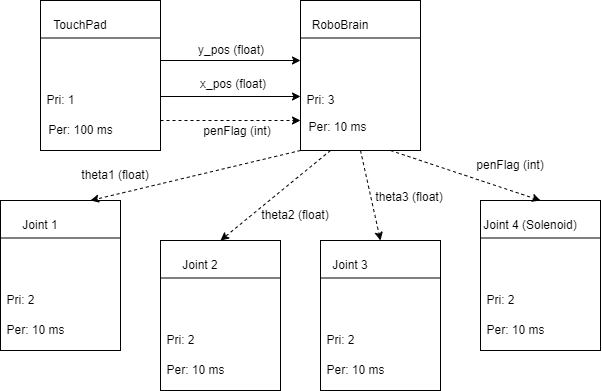
pangling4/ME405_Lab5 keeps this draw.io diagram as docs/TaskDiagram.png. Above is the earlier version. Source tidied: cells renumbered, new cells last; positions are measured from the earlier drawing's top-left corner, leaving out a move shared by most shapes. Its diagram source:
```xml
<mxGraphModel>
  <root>
    <mxCell id="0" />
    <mxCell id="1" parent="0" />
    <mxCell id="2" style="group;" parent="1" vertex="1">
      <mxGeometry x="40" width="120" height="150" as="geometry" />
    </mxCell>
    <mxCell id="3" style="rounded=0;whiteSpace=wrap;html=1;" parent="2" vertex="1">
      <mxGeometry width="120" height="150" as="geometry" />
    </mxCell>
    <mxCell id="4" style="endArrow=none;html=1;rounded=0;exitX=0;exitY=0.25;exitDx=0;exitDy=0;entryX=1;entryY=0.25;entryDx=0;entryDy=0;" parent="2" edge="1" source="3" target="3">
      <mxGeometry relative="1" as="geometry" />
    </mxCell>
    <mxCell id="5" value="TouchPad" style="text;html=1;strokeColor=none;fillColor=none;align=center;verticalAlign=middle;whiteSpace=wrap;rounded=0;" parent="2" vertex="1">
      <mxGeometry x="10" y="10" width="60" height="30" as="geometry" />
    </mxCell>
    <mxCell id="6" value="Pri: 1" style="text;html=1;align=center;verticalAlign=middle;strokeColor=none;fillColor=none;" parent="2" vertex="1">
      <mxGeometry y="90" width="40" height="20" as="geometry" />
    </mxCell>
    <mxCell id="7" value="Per: 100 ms" style="text;html=1;align=center;verticalAlign=middle;strokeColor=none;fillColor=none;" parent="2" vertex="1">
      <mxGeometry y="120" width="80" height="20" as="geometry" />
    </mxCell>
    <mxCell id="8" style="group;" parent="1" vertex="1">
      <mxGeometry x="300" width="120" height="150" as="geometry" />
    </mxCell>
    <mxCell id="9" style="rounded=0;whiteSpace=wrap;html=1;" parent="8" vertex="1">
      <mxGeometry width="120" height="150" as="geometry" />
    </mxCell>
    <mxCell id="10" style="endArrow=none;html=1;rounded=0;exitX=0;exitY=0.25;exitDx=0;exitDy=0;entryX=1;entryY=0.25;entryDx=0;entryDy=0;" parent="8" edge="1" source="9" target="9">
      <mxGeometry relative="1" as="geometry" />
    </mxCell>
    <mxCell id="11" value="RoboBrain" style="text;html=1;strokeColor=none;fillColor=none;align=center;verticalAlign=middle;whiteSpace=wrap;rounded=0;" parent="8" vertex="1">
      <mxGeometry x="10" y="10" width="60" height="30" as="geometry" />
    </mxCell>
    <mxCell id="12" value="Pri: 3" style="text;html=1;align=center;verticalAlign=middle;strokeColor=none;fillColor=none;" parent="8" vertex="1">
      <mxGeometry y="90" width="40" height="20" as="geometry" />
    </mxCell>
    <mxCell id="13" value="Per: 10 ms" style="text;html=1;align=center;verticalAlign=middle;points=[];strokeColor=none;fillColor=none;" parent="8" vertex="1">
      <mxGeometry x="2" y="117" width="70" height="20" as="geometry" />
    </mxCell>
    <mxCell id="14" style="group;" parent="1" vertex="1">
      <mxGeometry x="320" y="240" width="120" height="150" as="geometry" />
    </mxCell>
    <mxCell id="15" style="rounded=0;whiteSpace=wrap;html=1;" parent="14" vertex="1">
      <mxGeometry width="120" height="150" as="geometry" />
    </mxCell>
    <mxCell id="16" style="endArrow=none;html=1;rounded=0;exitX=0;exitY=0.25;exitDx=0;exitDy=0;entryX=1;entryY=0.25;entryDx=0;entryDy=0;" parent="14" edge="1" source="15" target="15">
      <mxGeometry relative="1" as="geometry" />
    </mxCell>
    <mxCell id="17" value="Joint 3" style="text;html=1;strokeColor=none;fillColor=none;align=center;verticalAlign=middle;whiteSpace=wrap;rounded=0;" parent="14" vertex="1">
      <mxGeometry y="10" width="60" height="30" as="geometry" />
    </mxCell>
    <mxCell id="18" value="Pri: 2" style="text;html=1;align=center;verticalAlign=middle;strokeColor=none;fillColor=none;" parent="14" vertex="1">
      <mxGeometry y="90" width="40" height="20" as="geometry" />
    </mxCell>
    <mxCell id="19" value="Per: 10 ms" style="text;html=1;align=center;verticalAlign=middle;strokeColor=none;fillColor=none;" parent="14" vertex="1">
      <mxGeometry y="120" width="70" height="20" as="geometry" />
    </mxCell>
    <mxCell id="20" style="group;" parent="1" vertex="1">
      <mxGeometry y="200" width="120" height="150" as="geometry" />
    </mxCell>
    <mxCell id="21" style="rounded=0;whiteSpace=wrap;html=1;" parent="20" vertex="1">
      <mxGeometry width="120" height="150" as="geometry" />
    </mxCell>
    <mxCell id="22" style="endArrow=none;html=1;rounded=0;exitX=0;exitY=0.25;exitDx=0;exitDy=0;entryX=1;entryY=0.25;entryDx=0;entryDy=0;" parent="20" edge="1" source="21" target="21">
      <mxGeometry relative="1" as="geometry" />
    </mxCell>
    <mxCell id="23" value="Joint 1" style="text;html=1;strokeColor=none;fillColor=none;align=center;verticalAlign=middle;whiteSpace=wrap;rounded=0;" parent="20" vertex="1">
      <mxGeometry x="10" y="10" width="60" height="30" as="geometry" />
    </mxCell>
    <mxCell id="24" value="Pri: 2" style="text;html=1;align=center;verticalAlign=middle;strokeColor=none;fillColor=none;" parent="20" vertex="1">
      <mxGeometry y="90" width="40" height="20" as="geometry" />
    </mxCell>
    <mxCell id="25" value="Per: 10 ms" style="text;html=1;align=center;verticalAlign=middle;strokeColor=none;fillColor=none;" parent="20" vertex="1">
      <mxGeometry y="120" width="70" height="20" as="geometry" />
    </mxCell>
    <mxCell id="26" style="group;" parent="1" vertex="1">
      <mxGeometry x="160" y="240" width="120" height="150" as="geometry" />
    </mxCell>
    <mxCell id="27" style="rounded=0;whiteSpace=wrap;html=1;" parent="26" vertex="1">
      <mxGeometry width="120" height="150" as="geometry" />
    </mxCell>
    <mxCell id="28" style="endArrow=none;html=1;rounded=0;exitX=0;exitY=0.25;exitDx=0;exitDy=0;entryX=1;entryY=0.25;entryDx=0;entryDy=0;" parent="26" edge="1" source="27" target="27">
      <mxGeometry relative="1" as="geometry" />
    </mxCell>
    <mxCell id="29" value="Joint 2" style="text;html=1;strokeColor=none;fillColor=none;align=center;verticalAlign=middle;whiteSpace=wrap;rounded=0;" parent="26" vertex="1">
      <mxGeometry x="10" y="10" width="60" height="30" as="geometry" />
    </mxCell>
    <mxCell id="30" value="Pri: 2" style="text;html=1;align=center;verticalAlign=middle;strokeColor=none;fillColor=none;" parent="26" vertex="1">
      <mxGeometry y="90" width="40" height="20" as="geometry" />
    </mxCell>
    <mxCell id="31" value="Per: 10 ms" style="text;html=1;align=center;verticalAlign=middle;strokeColor=none;fillColor=none;" parent="26" vertex="1">
      <mxGeometry y="120" width="70" height="20" as="geometry" />
    </mxCell>
    <mxCell id="32" style="group;" parent="1" vertex="1">
      <mxGeometry x="480" y="200" width="120" height="150" as="geometry" />
    </mxCell>
    <mxCell id="33" style="rounded=0;whiteSpace=wrap;html=1;" parent="32" vertex="1">
      <mxGeometry width="120" height="150" as="geometry" />
    </mxCell>
    <mxCell id="34" style="endArrow=none;html=1;rounded=0;exitX=0;exitY=0.25;exitDx=0;exitDy=0;entryX=1;entryY=0.25;entryDx=0;entryDy=0;" parent="32" edge="1" source="33" target="33">
      <mxGeometry relative="1" as="geometry" />
    </mxCell>
    <mxCell id="35" value="Joint 4 (Solenoid)" style="text;html=1;strokeColor=none;fillColor=none;align=center;verticalAlign=middle;whiteSpace=wrap;rounded=0;" parent="32" vertex="1">
      <mxGeometry y="10" width="100" height="30" as="geometry" />
    </mxCell>
    <mxCell id="36" value="Pri: 2" style="text;html=1;align=center;verticalAlign=middle;strokeColor=none;fillColor=none;" parent="32" vertex="1">
      <mxGeometry y="90" width="40" height="20" as="geometry" />
    </mxCell>
    <mxCell id="37" value="Per: 10 ms" style="text;html=1;align=center;verticalAlign=middle;strokeColor=none;fillColor=none;" parent="32" vertex="1">
      <mxGeometry y="120" width="70" height="20" as="geometry" />
    </mxCell>
    <mxCell id="38" style="endArrow=classic;html=1;rounded=0;strokeColor=default;dashed=1;" parent="1" edge="1">
      <mxGeometry relative="1" as="geometry">
        <mxPoint x="160" y="120" as="sourcePoint" />
        <mxPoint x="300" y="120" as="targetPoint" />
      </mxGeometry>
    </mxCell>
    <mxCell id="39" value="penFlag (int)" style="text;html=1;strokeColor=none;fillColor=none;align=center;verticalAlign=middle;whiteSpace=wrap;rounded=0;" parent="1" vertex="1">
      <mxGeometry x="197" y="116" width="80" height="30" as="geometry" />
    </mxCell>
    <mxCell id="40" style="endArrow=classic;html=1;rounded=0;strokeColor=default;exitX=1;exitY=0.64;exitDx=0;exitDy=0;exitPerimeter=0;" parent="1" edge="1" source="3">
      <mxGeometry relative="1" as="geometry">
        <mxPoint x="300" y="96" as="targetPoint" />
      </mxGeometry>
    </mxCell>
    <mxCell id="41" value="x_pos (float)" style="text;html=1;strokeColor=none;fillColor=none;align=center;verticalAlign=middle;whiteSpace=wrap;rounded=0;" parent="1" vertex="1">
      <mxGeometry x="193" y="69" width="80" height="30" as="geometry" />
    </mxCell>
    <mxCell id="42" style="endArrow=classic;html=1;rounded=0;strokeColor=default;exitX=1;exitY=0.4;exitDx=0;exitDy=0;exitPerimeter=0;" parent="1" edge="1" source="3">
      <mxGeometry relative="1" as="geometry">
        <mxPoint x="300" y="60" as="targetPoint" />
      </mxGeometry>
    </mxCell>
    <mxCell id="43" value="y_pos (float)" style="text;html=1;strokeColor=none;fillColor=none;align=center;verticalAlign=middle;whiteSpace=wrap;rounded=0;" parent="1" vertex="1">
      <mxGeometry x="191" y="35" width="80" height="30" as="geometry" />
    </mxCell>
    <mxCell id="44" style="endArrow=classic;html=1;rounded=0;strokeColor=default;exitX=0;exitY=1;exitDx=0;exitDy=0;entryX=0.75;entryY=0;entryDx=0;entryDy=0;dashed=1;" parent="1" edge="1" source="9" target="21">
      <mxGeometry relative="1" as="geometry" />
    </mxCell>
    <mxCell id="45" style="endArrow=classic;html=1;rounded=0;strokeColor=default;exitX=0.25;exitY=1;exitDx=0;exitDy=0;entryX=0.5;entryY=0;entryDx=0;entryDy=0;dashed=1;" parent="1" edge="1" source="9" target="27">
      <mxGeometry relative="1" as="geometry" />
    </mxCell>
    <mxCell id="46" style="endArrow=classic;html=1;rounded=0;strokeColor=default;exitX=0.5;exitY=1;exitDx=0;exitDy=0;entryX=0.5;entryY=0;entryDx=0;entryDy=0;dashed=1;" parent="1" edge="1" source="9" target="15">
      <mxGeometry relative="1" as="geometry" />
    </mxCell>
    <mxCell id="47" style="endArrow=classic;html=1;rounded=0;strokeColor=default;exitX=0.75;exitY=1;exitDx=0;exitDy=0;entryX=0.5;entryY=0;entryDx=0;entryDy=0;dashed=1;" parent="1" edge="1" source="9" target="33">
      <mxGeometry relative="1" as="geometry" />
    </mxCell>
    <mxCell id="48" value="penFlag (int)" style="text;html=1;strokeColor=none;fillColor=none;align=center;verticalAlign=middle;whiteSpace=wrap;rounded=0;" parent="1" vertex="1">
      <mxGeometry x="460" y="150" width="100" height="30" as="geometry" />
    </mxCell>
    <mxCell id="49" value="theta3 (float)" style="text;html=1;strokeColor=none;fillColor=none;align=center;verticalAlign=middle;whiteSpace=wrap;rounded=0;" parent="1" vertex="1">
      <mxGeometry x="364" y="182" width="90" height="30" as="geometry" />
    </mxCell>
    <mxCell id="50" value="theta1 (float)" style="text;html=1;strokeColor=none;fillColor=none;align=center;verticalAlign=middle;whiteSpace=wrap;rounded=0;" parent="1" vertex="1">
      <mxGeometry x="70" y="160" width="90" height="30" as="geometry" />
    </mxCell>
    <mxCell id="51" value="theta2 (float)" style="text;html=1;strokeColor=none;fillColor=none;align=center;verticalAlign=middle;whiteSpace=wrap;rounded=0;" parent="1" vertex="1">
      <mxGeometry x="250" y="200" width="90" height="30" as="geometry" />
    </mxCell>
  </root>
</mxGraphModel>
```
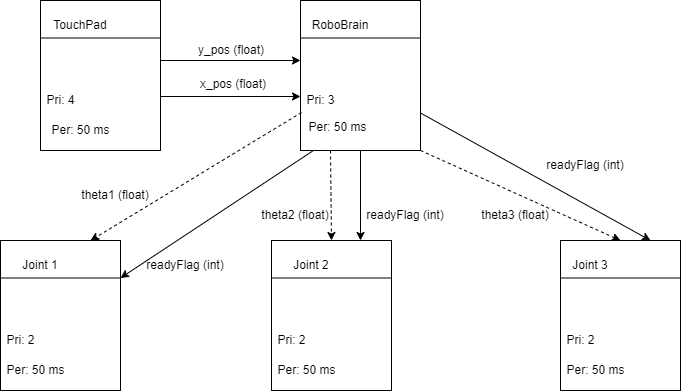
The same file after the commit.

The edit, as a diff of the source:
```diff
@@ -14,11 +14,11 @@
     <mxCell id="5" value="TouchPad" style="text;html=1;strokeColor=none;fillColor=none;align=center;verticalAlign=middle;whiteSpace=wrap;rounded=0;" parent="2" vertex="1">
       <mxGeometry x="10" y="10" width="60" height="30" as="geometry" />
     </mxCell>
-    <mxCell id="6" value="Pri: 1" style="text;html=1;align=center;verticalAlign=middle;strokeColor=none;fillColor=none;" parent="2" vertex="1">
+    <mxCell id="6" value="Pri: 4" style="text;html=1;align=center;verticalAlign=middle;strokeColor=none;fillColor=none;" parent="2" vertex="1">
       <mxGeometry y="90" width="40" height="20" as="geometry" />
     </mxCell>
-    <mxCell id="7" value="Per: 100 ms" style="text;html=1;align=center;verticalAlign=middle;strokeColor=none;fillColor=none;" parent="2" vertex="1">
-      <mxGeometry y="120" width="80" height="20" as="geometry" />
+    <mxCell id="7" value="Per: 50 ms" style="text;html=1;align=center;verticalAlign=middle;strokeColor=none;fillColor=none;" parent="2" vertex="1">
+      <mxGeometry x="5" y="120" width="70" height="20" as="geometry" />
     </mxCell>
     <mxCell id="8" style="group;" parent="1" vertex="1">
       <mxGeometry x="300" width="120" height="150" as="geometry" />
@@ -35,11 +35,11 @@
     <mxCell id="12" value="Pri: 3" style="text;html=1;align=center;verticalAlign=middle;strokeColor=none;fillColor=none;" parent="8" vertex="1">
       <mxGeometry y="90" width="40" height="20" as="geometry" />
     </mxCell>
-    <mxCell id="13" value="Per: 10 ms" style="text;html=1;align=center;verticalAlign=middle;points=[];strokeColor=none;fillColor=none;" parent="8" vertex="1">
+    <mxCell id="13" value="Per: 50 ms" style="text;html=1;align=center;verticalAlign=middle;points=[];strokeColor=none;fillColor=none;" parent="8" vertex="1">
       <mxGeometry x="2" y="117" width="70" height="20" as="geometry" />
     </mxCell>
     <mxCell id="14" style="group;" parent="1" vertex="1">
-      <mxGeometry x="320" y="240" width="120" height="150" as="geometry" />
+      <mxGeometry x="560" y="240" width="120" height="150" as="geometry" />
     </mxCell>
     <mxCell id="15" style="rounded=0;whiteSpace=wrap;html=1;" parent="14" vertex="1">
       <mxGeometry width="120" height="150" as="geometry" />
@@ -53,11 +53,11 @@
     <mxCell id="18" value="Pri: 2" style="text;html=1;align=center;verticalAlign=middle;strokeColor=none;fillColor=none;" parent="14" vertex="1">
       <mxGeometry y="90" width="40" height="20" as="geometry" />
     </mxCell>
-    <mxCell id="19" value="Per: 10 ms" style="text;html=1;align=center;verticalAlign=middle;strokeColor=none;fillColor=none;" parent="14" vertex="1">
+    <mxCell id="19" value="Per: 50 ms" style="text;html=1;align=center;verticalAlign=middle;strokeColor=none;fillColor=none;" parent="14" vertex="1">
       <mxGeometry y="120" width="70" height="20" as="geometry" />
     </mxCell>
     <mxCell id="20" style="group;" parent="1" vertex="1">
-      <mxGeometry y="200" width="120" height="150" as="geometry" />
+      <mxGeometry y="240" width="120" height="150" as="geometry" />
     </mxCell>
     <mxCell id="21" style="rounded=0;whiteSpace=wrap;html=1;" parent="20" vertex="1">
       <mxGeometry width="120" height="150" as="geometry" />
@@ -71,11 +71,11 @@
     <mxCell id="24" value="Pri: 2" style="text;html=1;align=center;verticalAlign=middle;strokeColor=none;fillColor=none;" parent="20" vertex="1">
       <mxGeometry y="90" width="40" height="20" as="geometry" />
     </mxCell>
-    <mxCell id="25" value="Per: 10 ms" style="text;html=1;align=center;verticalAlign=middle;strokeColor=none;fillColor=none;" parent="20" vertex="1">
+    <mxCell id="25" value="Per: 50 ms" style="text;html=1;align=center;verticalAlign=middle;strokeColor=none;fillColor=none;" parent="20" vertex="1">
       <mxGeometry y="120" width="70" height="20" as="geometry" />
     </mxCell>
     <mxCell id="26" style="group;" parent="1" vertex="1">
-      <mxGeometry x="160" y="240" width="120" height="150" as="geometry" />
+      <mxGeometry x="271" y="240" width="120" height="150" as="geometry" />
     </mxCell>
     <mxCell id="27" style="rounded=0;whiteSpace=wrap;html=1;" parent="26" vertex="1">
       <mxGeometry width="120" height="150" as="geometry" />
@@ -89,36 +89,9 @@
     <mxCell id="30" value="Pri: 2" style="text;html=1;align=center;verticalAlign=middle;strokeColor=none;fillColor=none;" parent="26" vertex="1">
       <mxGeometry y="90" width="40" height="20" as="geometry" />
     </mxCell>
-    <mxCell id="31" value="Per: 10 ms" style="text;html=1;align=center;verticalAlign=middle;strokeColor=none;fillColor=none;" parent="26" vertex="1">
+    <mxCell id="31" value="Per: 50 ms" style="text;html=1;align=center;verticalAlign=middle;strokeColor=none;fillColor=none;" parent="26" vertex="1">
       <mxGeometry y="120" width="70" height="20" as="geometry" />
     </mxCell>
-    <mxCell id="32" style="group;" parent="1" vertex="1">
-      <mxGeometry x="480" y="200" width="120" height="150" as="geometry" />
-    </mxCell>
-    <mxCell id="33" style="rounded=0;whiteSpace=wrap;html=1;" parent="32" vertex="1">
-      <mxGeometry width="120" height="150" as="geometry" />
-    </mxCell>
-    <mxCell id="34" style="endArrow=none;html=1;rounded=0;exitX=0;exitY=0.25;exitDx=0;exitDy=0;entryX=1;entryY=0.25;entryDx=0;entryDy=0;" parent="32" edge="1" source="33" target="33">
-      <mxGeometry relative="1" as="geometry" />
-    </mxCell>
-    <mxCell id="35" value="Joint 4 (Solenoid)" style="text;html=1;strokeColor=none;fillColor=none;align=center;verticalAlign=middle;whiteSpace=wrap;rounded=0;" parent="32" vertex="1">
-      <mxGeometry y="10" width="100" height="30" as="geometry" />
-    </mxCell>
-    <mxCell id="36" value="Pri: 2" style="text;html=1;align=center;verticalAlign=middle;strokeColor=none;fillColor=none;" parent="32" vertex="1">
-      <mxGeometry y="90" width="40" height="20" as="geometry" />
-    </mxCell>
-    <mxCell id="37" value="Per: 10 ms" style="text;html=1;align=center;verticalAlign=middle;strokeColor=none;fillColor=none;" parent="32" vertex="1">
-      <mxGeometry y="120" width="70" height="20" as="geometry" />
-    </mxCell>
-    <mxCell id="38" style="endArrow=classic;html=1;rounded=0;strokeColor=default;dashed=1;" parent="1" edge="1">
-      <mxGeometry relative="1" as="geometry">
-        <mxPoint x="160" y="120" as="sourcePoint" />
-        <mxPoint x="300" y="120" as="targetPoint" />
-      </mxGeometry>
-    </mxCell>
-    <mxCell id="39" value="penFlag (int)" style="text;html=1;strokeColor=none;fillColor=none;align=center;verticalAlign=middle;whiteSpace=wrap;rounded=0;" parent="1" vertex="1">
-      <mxGeometry x="197" y="116" width="80" height="30" as="geometry" />
-    </mxCell>
     <mxCell id="40" style="endArrow=classic;html=1;rounded=0;strokeColor=default;exitX=1;exitY=0.64;exitDx=0;exitDy=0;exitPerimeter=0;" parent="1" edge="1" source="3">
       <mxGeometry relative="1" as="geometry">
         <mxPoint x="300" y="96" as="targetPoint" />
@@ -135,29 +108,45 @@
     <mxCell id="43" value="y_pos (float)" style="text;html=1;strokeColor=none;fillColor=none;align=center;verticalAlign=middle;whiteSpace=wrap;rounded=0;" parent="1" vertex="1">
       <mxGeometry x="191" y="35" width="80" height="30" as="geometry" />
     </mxCell>
-    <mxCell id="44" style="endArrow=classic;html=1;rounded=0;strokeColor=default;exitX=0;exitY=1;exitDx=0;exitDy=0;entryX=0.75;entryY=0;entryDx=0;entryDy=0;dashed=1;" parent="1" edge="1" source="9" target="21">
+    <mxCell id="44" style="endArrow=classic;html=1;rounded=0;strokeColor=default;entryX=0.75;entryY=0;entryDx=0;entryDy=0;dashed=1;exitX=-0.014;exitY=-0.25;exitDx=0;exitDy=0;exitPerimeter=0;" parent="1" edge="1" source="13" target="21">
       <mxGeometry relative="1" as="geometry" />
     </mxCell>
     <mxCell id="45" style="endArrow=classic;html=1;rounded=0;strokeColor=default;exitX=0.25;exitY=1;exitDx=0;exitDy=0;entryX=0.5;entryY=0;entryDx=0;entryDy=0;dashed=1;" parent="1" edge="1" source="9" target="27">
       <mxGeometry relative="1" as="geometry" />
     </mxCell>
-    <mxCell id="46" style="endArrow=classic;html=1;rounded=0;strokeColor=default;exitX=0.5;exitY=1;exitDx=0;exitDy=0;entryX=0.5;entryY=0;entryDx=0;entryDy=0;dashed=1;" parent="1" edge="1" source="9" target="15">
-      <mxGeometry relative="1" as="geometry" />
+    <mxCell id="46" style="endArrow=classic;html=1;rounded=0;strokeColor=default;entryX=0.5;entryY=0;entryDx=0;entryDy=0;dashed=1;" parent="1" edge="1" target="15">
+      <mxGeometry relative="1" as="geometry">
+        <mxPoint x="420" y="150" as="sourcePoint" />
+      </mxGeometry>
     </mxCell>
-    <mxCell id="47" style="endArrow=classic;html=1;rounded=0;strokeColor=default;exitX=0.75;exitY=1;exitDx=0;exitDy=0;entryX=0.5;entryY=0;entryDx=0;entryDy=0;dashed=1;" parent="1" edge="1" source="9" target="33">
-      <mxGeometry relative="1" as="geometry" />
-    </mxCell>
-    <mxCell id="48" value="penFlag (int)" style="text;html=1;strokeColor=none;fillColor=none;align=center;verticalAlign=middle;whiteSpace=wrap;rounded=0;" parent="1" vertex="1">
-      <mxGeometry x="460" y="150" width="100" height="30" as="geometry" />
-    </mxCell>
     <mxCell id="49" value="theta3 (float)" style="text;html=1;strokeColor=none;fillColor=none;align=center;verticalAlign=middle;whiteSpace=wrap;rounded=0;" parent="1" vertex="1">
-      <mxGeometry x="364" y="182" width="90" height="30" as="geometry" />
+      <mxGeometry x="470" y="200" width="90" height="30" as="geometry" />
     </mxCell>
     <mxCell id="50" value="theta1 (float)" style="text;html=1;strokeColor=none;fillColor=none;align=center;verticalAlign=middle;whiteSpace=wrap;rounded=0;" parent="1" vertex="1">
-      <mxGeometry x="70" y="160" width="90" height="30" as="geometry" />
+      <mxGeometry x="70" y="180" width="90" height="30" as="geometry" />
     </mxCell>
     <mxCell id="51" value="theta2 (float)" style="text;html=1;strokeColor=none;fillColor=none;align=center;verticalAlign=middle;whiteSpace=wrap;rounded=0;" parent="1" vertex="1">
       <mxGeometry x="250" y="200" width="90" height="30" as="geometry" />
     </mxCell>
+    <mxCell id="52" style="endArrow=classic;html=1;rounded=0;exitX=0.108;exitY=1;exitDx=0;exitDy=0;exitPerimeter=0;entryX=1;entryY=0.25;entryDx=0;entryDy=0;" parent="1" edge="1" source="9" target="21">
+      <mxGeometry relative="1" as="geometry" />
+    </mxCell>
+    <mxCell id="53" value="readyFlag (int)" style="text;html=1;strokeColor=none;fillColor=none;align=center;verticalAlign=middle;whiteSpace=wrap;rounded=0;" parent="1" vertex="1">
+      <mxGeometry x="140" y="250" width="90" height="30" as="geometry" />
+    </mxCell>
+    <mxCell id="54" value="readyFlag (int)" style="text;html=1;strokeColor=none;fillColor=none;align=center;verticalAlign=middle;whiteSpace=wrap;rounded=0;" parent="1" vertex="1">
+      <mxGeometry x="360" y="200" width="90" height="30" as="geometry" />
+    </mxCell>
+    <mxCell id="55" value="readyFlag (int)" style="text;html=1;strokeColor=none;fillColor=none;align=center;verticalAlign=middle;whiteSpace=wrap;rounded=0;" parent="1" vertex="1">
+      <mxGeometry x="540" y="150" width="90" height="30" as="geometry" />
+    </mxCell>
+    <mxCell id="56" style="endArrow=classic;html=1;rounded=0;exitX=0.5;exitY=1;exitDx=0;exitDy=0;" parent="1" edge="1" source="9">
+      <mxGeometry relative="1" as="geometry">
+        <mxPoint x="360" y="240" as="targetPoint" />
+      </mxGeometry>
+    </mxCell>
+    <mxCell id="57" style="endArrow=classic;html=1;rounded=0;exitX=1;exitY=0.75;exitDx=0;exitDy=0;entryX=0.75;entryY=0;entryDx=0;entryDy=0;" parent="1" edge="1" source="9" target="15">
+      <mxGeometry relative="1" as="geometry" />
+    </mxCell>
   </root>
 </mxGraphModel>
```
